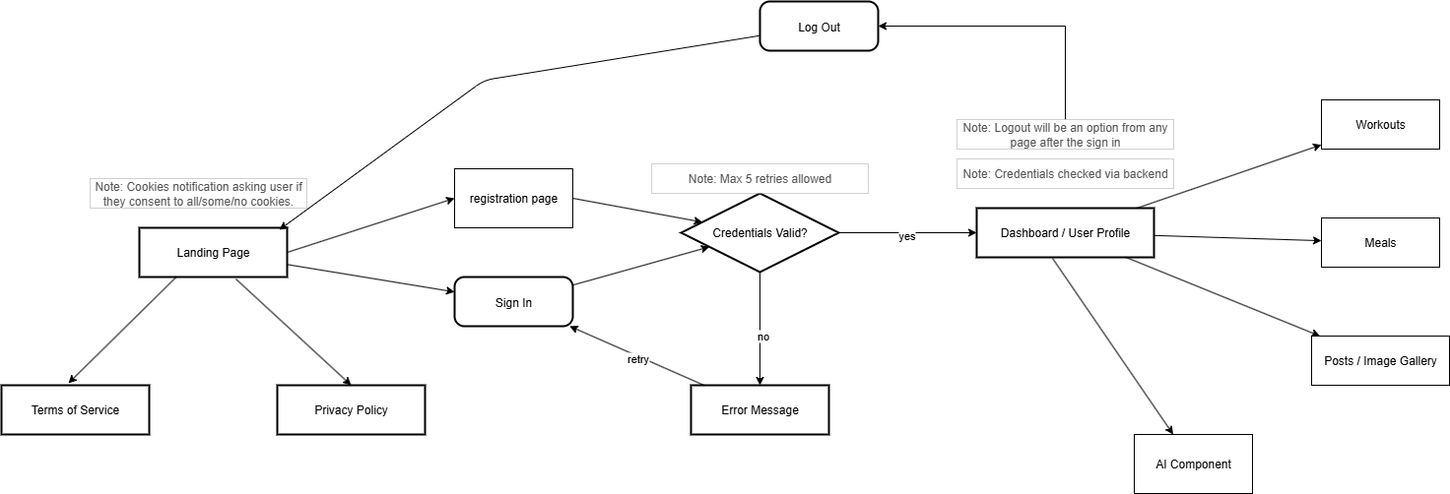
The draw.io diagram UserFlowDiagram.drawio.png in jangeles001/Springboard-Capstone, before a commit. Source tidied: cells renumbered, new cells last; positions are measured from the earlier drawing's top-left corner, leaving out a move shared by most shapes.
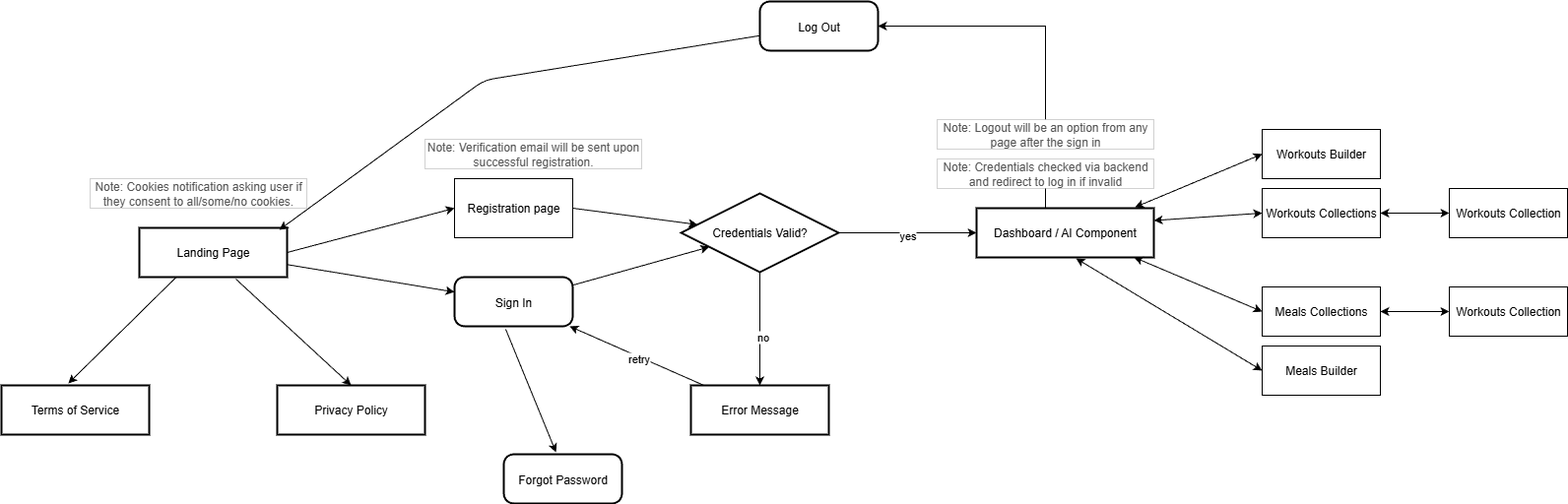
The same diagram one commit later.

The edit, as a diff of the source:
```diff
@@ -11,24 +11,21 @@
     <mxCell id="4" value="Credentials Valid?" style="rhombus;strokeWidth=2;whiteSpace=wrap;" parent="1" vertex="1">
       <mxGeometry x="690" y="195" width="160" height="80" as="geometry" />
     </mxCell>
-    <mxCell id="5" value="Note: Credentials checked via backend" style="whiteSpace=wrap;html=1;fontColor=#555555;rounded=0;strokeWidth=0;" parent="1" vertex="1">
-      <mxGeometry x="970" y="160" width="220" height="30" as="geometry" />
+    <mxCell id="5" value="Note: Credentials checked via backend and redirect to log in if invalid" style="whiteSpace=wrap;html=1;fontColor=#555555;rounded=0;strokeWidth=0;" parent="1" vertex="1">
+      <mxGeometry x="950" y="160" width="220" height="30" as="geometry" />
     </mxCell>
     <mxCell id="6" value="Error Message" style="whiteSpace=wrap;strokeWidth=2;" parent="1" vertex="1">
       <mxGeometry x="700" y="390" width="140" height="50" as="geometry" />
     </mxCell>
-    <mxCell id="7" value="Dashboard / User Profile" style="whiteSpace=wrap;strokeWidth=2;" parent="1" vertex="1">
+    <mxCell id="7" value="Dashboard / AI Component" style="whiteSpace=wrap;strokeWidth=2;" parent="1" vertex="1">
       <mxGeometry x="990" y="210" width="180" height="50" as="geometry" />
     </mxCell>
-    <mxCell id="8" value="Workouts" style="rounded=0;whiteSpace=wrap;html=1;" parent="1" vertex="1">
-      <mxGeometry x="1340" y="100" width="120" height="50" as="geometry" />
+    <mxCell id="8" value="Workouts Builder" style="rounded=0;whiteSpace=wrap;html=1;" parent="1" vertex="1">
+      <mxGeometry x="1280" y="130" width="120" height="50" as="geometry" />
     </mxCell>
-    <mxCell id="9" value="Meals" style="rounded=0;whiteSpace=wrap;html=1;" parent="1" vertex="1">
-      <mxGeometry x="1340" y="220" width="120" height="50" as="geometry" />
+    <mxCell id="9" value="Meals Builder" style="rounded=0;whiteSpace=wrap;html=1;" parent="1" vertex="1">
+      <mxGeometry x="1280" y="350" width="120" height="50" as="geometry" />
     </mxCell>
-    <mxCell id="10" value="Posts / Image Gallery" style="rounded=0;whiteSpace=wrap;html=1;" parent="1" vertex="1">
-      <mxGeometry x="1330" y="340" width="140" height="50" as="geometry" />
-    </mxCell>
     <mxCell id="11" value="Log Out" style="rounded=1;arcSize=20;strokeWidth=2;" parent="1" vertex="1">
       <mxGeometry x="770" width="120" height="50" as="geometry" />
     </mxCell>
@@ -58,15 +55,6 @@
     <mxCell id="19" value="retry" style="edgeLabel;html=1;align=center;verticalAlign=middle;" parent="18" vertex="1">
       <mxGeometry x="-0.03" y="2" relative="1" as="geometry" />
     </mxCell>
-    <mxCell id="20" style="endArrow=classic;" parent="1" edge="1" source="7" target="8">
-      <mxGeometry relative="1" as="geometry" />
-    </mxCell>
-    <mxCell id="21" style="endArrow=classic;" parent="1" edge="1" source="7" target="9">
-      <mxGeometry relative="1" as="geometry" />
-    </mxCell>
-    <mxCell id="22" style="endArrow=classic;" parent="1" edge="1" source="7" target="10">
-      <mxGeometry relative="1" as="geometry" />
-    </mxCell>
     <mxCell id="23" style="endArrow=classic;entryX=0.947;entryY=0.04;entryDx=0;entryDy=0;entryPerimeter=0;" parent="1" edge="1" source="11" target="2">
       <mxGeometry relative="1" as="geometry">
         <Array as="points">
@@ -74,11 +62,8 @@
         </Array>
       </mxGeometry>
     </mxCell>
-    <mxCell id="24" value="Note: Max 5 retries allowed" style="whiteSpace=wrap;html=1;fontColor=#555555;rounded=0;strokeWidth=0;" parent="1" vertex="1">
-      <mxGeometry x="660" y="165" width="220" height="30" as="geometry" />
-    </mxCell>
-    <mxCell id="25" value="registration page" style="rounded=0;whiteSpace=wrap;html=1;" parent="1" vertex="1">
-      <mxGeometry x="460" y="170" width="120" height="60" as="geometry" />
+    <mxCell id="25" value="Registration page" style="rounded=0;whiteSpace=wrap;html=1;" parent="1" vertex="1">
+      <mxGeometry x="460" y="180" width="120" height="60" as="geometry" />
     </mxCell>
     <mxCell id="26" style="endArrow=classic;html=1;rounded=0;exitX=1;exitY=0.5;exitDx=0;exitDy=0;entryX=0;entryY=0.5;entryDx=0;entryDy=0;" parent="1" edge="1" source="2" target="25">
       <mxGeometry relative="1" as="geometry" />
@@ -89,19 +74,13 @@
     <mxCell id="28" style="endArrow=classic;html=1;rounded=0;entryX=1;entryY=0.5;entryDx=0;entryDy=0;exitX=0.5;exitY=0;exitDx=0;exitDy=0;" parent="1" edge="1" source="29" target="11">
       <mxGeometry relative="1" as="geometry">
         <Array as="points">
-          <mxPoint x="1080" y="25" />
+          <mxPoint x="1060" y="25" />
         </Array>
       </mxGeometry>
     </mxCell>
     <mxCell id="29" value="Note: Logout will be an option from any page after the sign in" style="whiteSpace=wrap;html=1;fontColor=#555555;rounded=0;strokeWidth=0;" parent="1" vertex="1">
-      <mxGeometry x="970" y="120" width="220" height="30" as="geometry" />
+      <mxGeometry x="950" y="120" width="220" height="30" as="geometry" />
     </mxCell>
-    <mxCell id="30" style="endArrow=classic;html=1;rounded=0;exitX=0.428;exitY=1.02;exitDx=0;exitDy=0;exitPerimeter=0;" parent="1" edge="1" source="7" target="31">
-      <mxGeometry relative="1" as="geometry" />
-    </mxCell>
-    <mxCell id="31" value="AI Component" style="rounded=0;whiteSpace=wrap;html=1;" parent="1" vertex="1">
-      <mxGeometry x="1150" y="440" width="120" height="60" as="geometry" />
-    </mxCell>
     <mxCell id="32" value="Terms of Service" style="whiteSpace=wrap;strokeWidth=2;" parent="1" vertex="1">
       <mxGeometry y="390" width="150" height="50" as="geometry" />
     </mxCell>
@@ -117,5 +96,49 @@
     <mxCell id="36" value="Note: Cookies notification asking user if they consent to all/some/no cookies." style="whiteSpace=wrap;html=1;fontColor=#555555;rounded=0;strokeWidth=0;" parent="1" vertex="1">
       <mxGeometry x="90" y="180" width="220" height="30" as="geometry" />
     </mxCell>
+    <mxCell id="37" value="Meals Collections" style="rounded=0;whiteSpace=wrap;html=1;" parent="1" vertex="1">
+      <mxGeometry x="1280" y="290" width="120" height="50" as="geometry" />
+    </mxCell>
+    <mxCell id="38" value="Workouts Collections" style="rounded=0;whiteSpace=wrap;html=1;" parent="1" vertex="1">
+      <mxGeometry x="1280" y="190" width="120" height="50" as="geometry" />
+    </mxCell>
+    <mxCell id="39" value="Workouts Collection" style="rounded=0;whiteSpace=wrap;html=1;" parent="1" vertex="1">
+      <mxGeometry x="1470" y="190" width="120" height="50" as="geometry" />
+    </mxCell>
+    <mxCell id="20" style="endArrow=classic;startArrow=classic;html=1;rounded=0;entryX=0;entryY=0.5;entryDx=0;entryDy=0;exitX=0.894;exitY=-0.02;exitDx=0;exitDy=0;exitPerimeter=0;" parent="1" edge="1" source="7" target="8">
+      <mxGeometry relative="1" as="geometry" />
+    </mxCell>
+    <mxCell id="21" style="endArrow=classic;startArrow=classic;html=1;rounded=0;entryX=0;entryY=0.5;entryDx=0;entryDy=0;exitX=0.561;exitY=1.02;exitDx=0;exitDy=0;exitPerimeter=0;" parent="1" edge="1" source="7" target="9">
+      <mxGeometry relative="1" as="geometry" />
+    </mxCell>
+    <mxCell id="40" style="endArrow=classic;startArrow=classic;html=1;rounded=0;entryX=0;entryY=0.5;entryDx=0;entryDy=0;exitX=1;exitY=0.25;exitDx=0;exitDy=0;" parent="1" edge="1" source="7" target="38">
+      <mxGeometry relative="1" as="geometry" />
+    </mxCell>
+    <mxCell id="41" style="endArrow=classic;startArrow=classic;html=1;rounded=0;entryX=0;entryY=0.5;entryDx=0;entryDy=0;exitX=1;exitY=0.5;exitDx=0;exitDy=0;" parent="1" edge="1" source="38" target="39">
+      <mxGeometry relative="1" as="geometry" />
+    </mxCell>
+    <mxCell id="42" style="endArrow=classic;startArrow=classic;html=1;rounded=0;entryX=0;entryY=0.5;entryDx=0;entryDy=0;exitX=0.889;exitY=1;exitDx=0;exitDy=0;exitPerimeter=0;" parent="1" edge="1" source="7" target="37">
+      <mxGeometry relative="1" as="geometry" />
+    </mxCell>
+    <mxCell id="43" value="Workouts Collection" style="rounded=0;whiteSpace=wrap;html=1;" parent="1" vertex="1">
+      <mxGeometry x="1470" y="290" width="120" height="50" as="geometry" />
+    </mxCell>
+    <mxCell id="44" style="endArrow=classic;startArrow=classic;html=1;rounded=0;entryX=0;entryY=0.5;entryDx=0;entryDy=0;exitX=1;exitY=0.5;exitDx=0;exitDy=0;" parent="1" edge="1" source="37" target="43">
+      <mxGeometry relative="1" as="geometry" />
+    </mxCell>
+    <mxCell id="45" style="endArrow=none;html=1;rounded=0;" parent="1" edge="1" source="5">
+      <mxGeometry relative="1" as="geometry">
+        <mxPoint x="1060" y="210" as="targetPoint" />
+      </mxGeometry>
+    </mxCell>
+    <mxCell id="46" value="Forgot Password" style="rounded=1;arcSize=20;strokeWidth=2;" parent="1" vertex="1">
+      <mxGeometry x="510" y="460" width="120" height="50" as="geometry" />
+    </mxCell>
+    <mxCell id="47" style="endArrow=classic;html=1;rounded=0;exitX=0.433;exitY=1.06;exitDx=0;exitDy=0;exitPerimeter=0;entryX=0.442;entryY=-0.04;entryDx=0;entryDy=0;entryPerimeter=0;" parent="1" edge="1" source="3" target="46">
+      <mxGeometry relative="1" as="geometry" />
+    </mxCell>
+    <mxCell id="48" value="Note: Verification email will be sent upon successful registration." style="whiteSpace=wrap;html=1;fontColor=#555555;rounded=0;strokeWidth=0;" parent="1" vertex="1">
+      <mxGeometry x="430" y="140" width="220" height="30" as="geometry" />
+    </mxCell>
   </root>
 </mxGraphModel>
```
